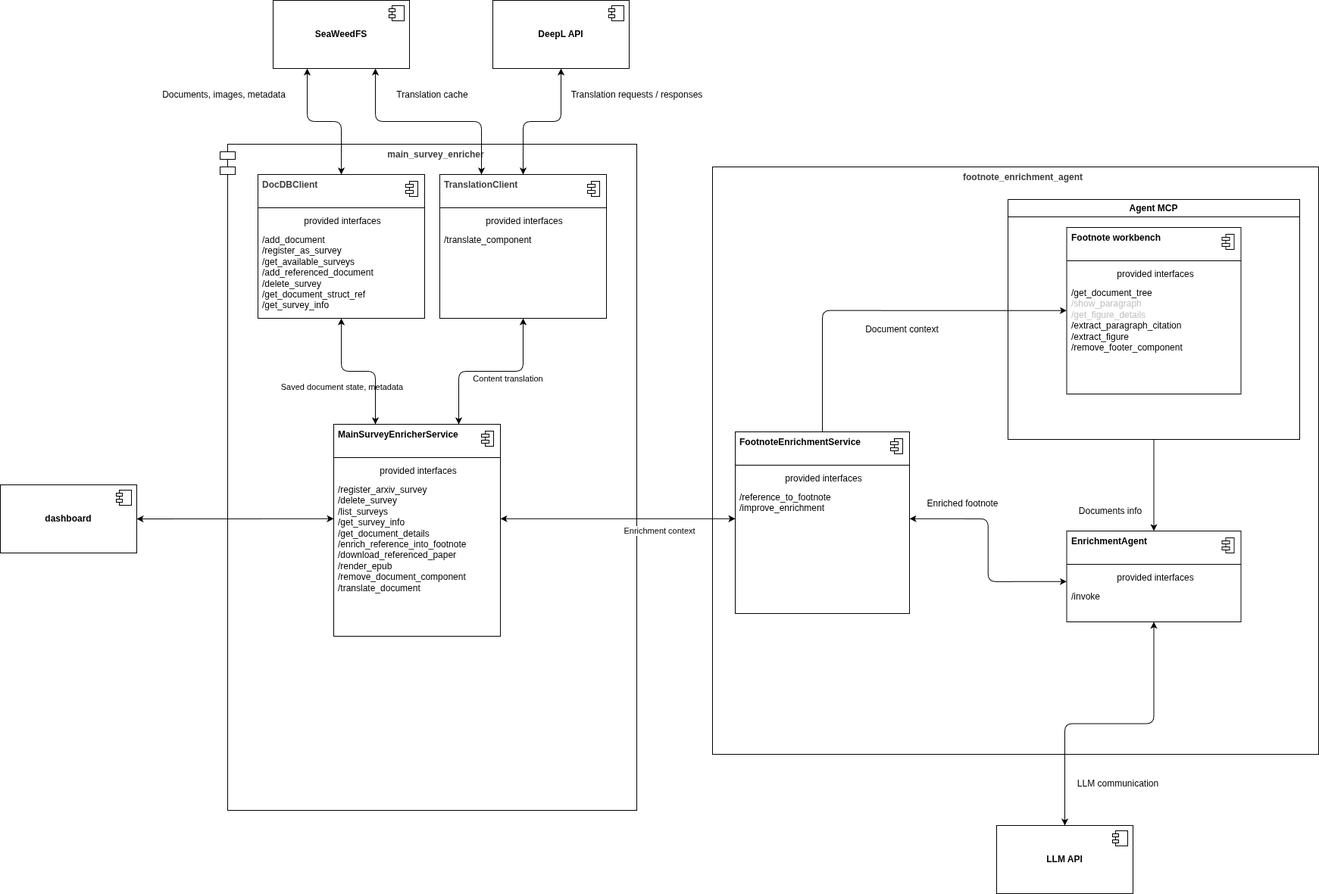
This is docs/architecture.drawio.png from WiktorProsowicz/paper-enrichment-agent, a draw.io export, as it was before one commit. Source tidied: cells renumbered, new cells last; positions are measured from the earlier drawing's top-left corner, leaving out a move shared by most shapes.
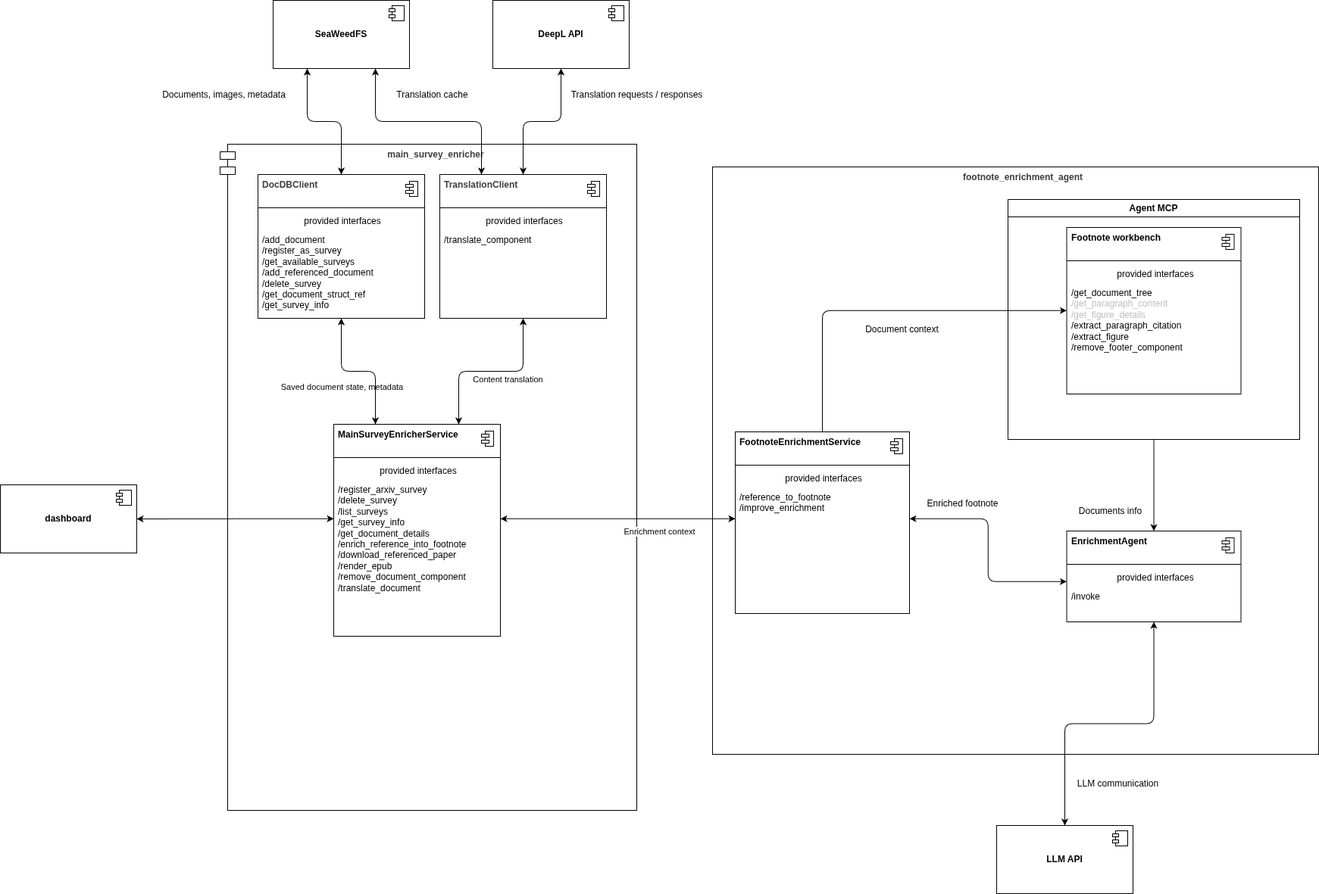
Later version of the same file.

Commit message:
feat(footer enrichment tools): (WIP) Implement basic getter / setter tools

Change to the diagram source:
```diff
@@ -223,7 +223,7 @@
     <mxCell id="68" value="provided interfaces" style="html=1;align=center;spacingLeft=4;verticalAlign=top;strokeColor=none;fillColor=none;whiteSpace=wrap;" parent="64" vertex="1">
       <mxGeometry y="48" width="230" height="25" as="geometry" />
     </mxCell>
-    <mxCell id="69" value="/get_document_tree&lt;div&gt;&lt;div style=&quot;color: rgb(192, 192, 192); scrollbar-color: rgb(75, 75, 75) rgb(27, 29, 30);&quot;&gt;&lt;font style=&quot;scrollbar-color: rgb(75, 75, 75) rgb(27, 29, 30);&quot;&gt;/show_paragraph&lt;/font&gt;&lt;/div&gt;&lt;div style=&quot;color: rgb(192, 192, 192); scrollbar-color: rgb(75, 75, 75) rgb(27, 29, 30);&quot;&gt;&lt;font style=&quot;scrollbar-color: rgb(75, 75, 75) rgb(27, 29, 30);&quot;&gt;/get_figure_details&lt;/font&gt;&lt;/div&gt;&lt;/div&gt;&lt;div&gt;&lt;div&gt;/extract_paragraph_citation&lt;/div&gt;&lt;div&gt;/extract_figure&lt;/div&gt;&lt;/div&gt;&lt;div&gt;/remove_footer_component&lt;/div&gt;" style="html=1;align=left;spacingLeft=4;verticalAlign=top;strokeColor=none;fillColor=none;whiteSpace=wrap;" parent="64" vertex="1">
+    <mxCell id="69" value="/get_document_tree&lt;div&gt;&lt;div style=&quot;color: rgb(192, 192, 192); scrollbar-color: rgb(75, 75, 75) rgb(27, 29, 30);&quot;&gt;&lt;font style=&quot;scrollbar-color: rgb(75, 75, 75) rgb(27, 29, 30);&quot;&gt;/get_paragraph_content&lt;/font&gt;&lt;/div&gt;&lt;div style=&quot;color: rgb(192, 192, 192); scrollbar-color: rgb(75, 75, 75) rgb(27, 29, 30);&quot;&gt;&lt;font style=&quot;scrollbar-color: rgb(75, 75, 75) rgb(27, 29, 30);&quot;&gt;/get_figure_details&lt;/font&gt;&lt;/div&gt;&lt;/div&gt;&lt;div&gt;&lt;div&gt;/extract_paragraph_citation&lt;/div&gt;&lt;div&gt;/extract_figure&lt;/div&gt;&lt;/div&gt;&lt;div&gt;/remove_footer_component&lt;/div&gt;" style="html=1;align=left;spacingLeft=4;verticalAlign=top;strokeColor=none;fillColor=none;whiteSpace=wrap;" parent="64" vertex="1">
       <mxGeometry y="73" width="230" height="147" as="geometry" />
     </mxCell>
   </root>
```
